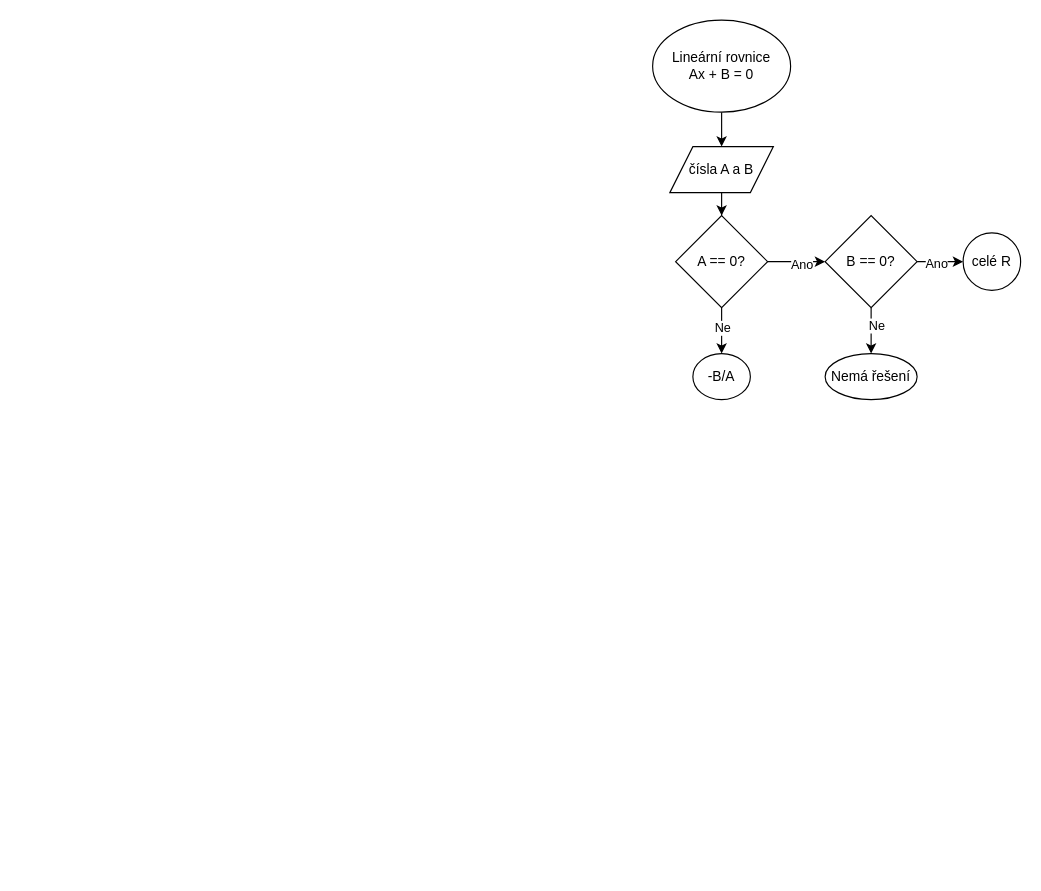
Earlier version of the draw.io diagram 2023_IT/Algoritmy_VD/linearni_a_kvadraticka_rce.drawio (JaroslavHolecek/SPS_for_students). Source tidied: cells renumbered, new cells numbered last; positions are measured from the earlier drawing's top-left corner, leaving out a move shared by most shapes. Both pictures are drawn from the tidied source at 115%, with x=0, y=0 at pixel (652, 20).
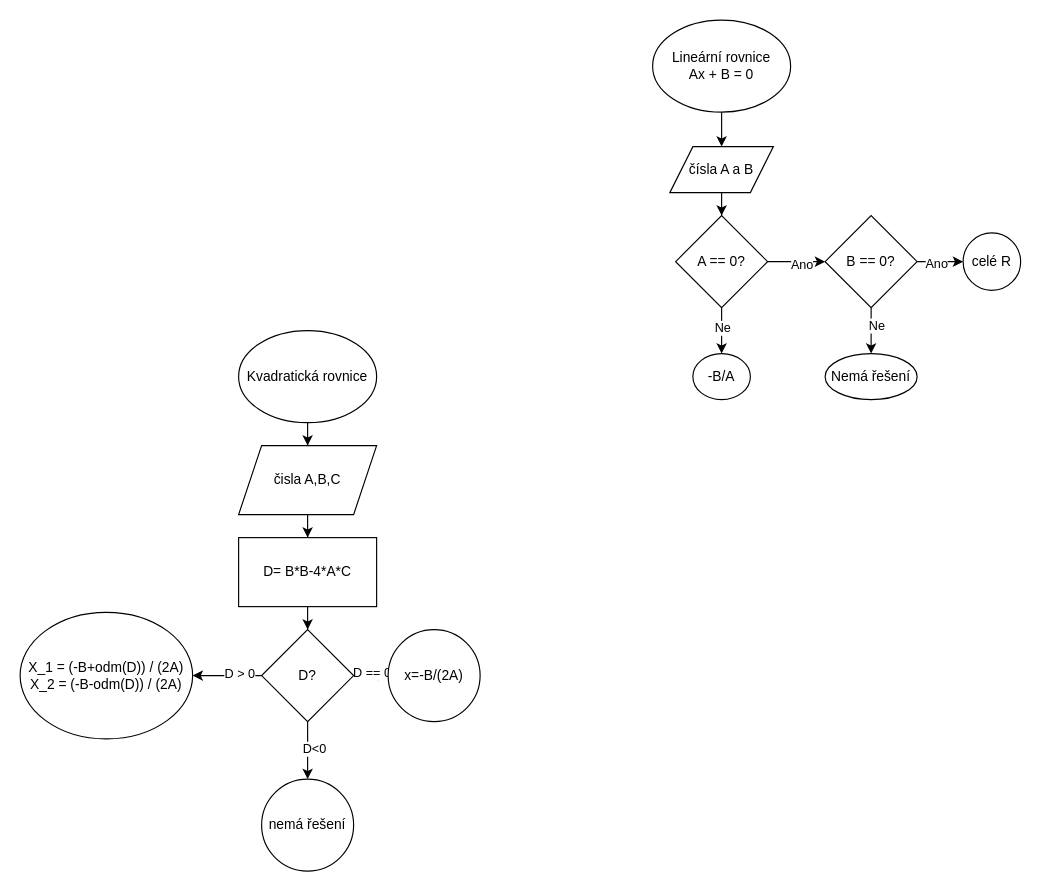
After the change.

Change to the diagram source:
```diff
@@
+    <mxCell id="19" style="edgeStyle=orthogonalEdgeStyle;rounded=0;jettySize=auto;html=1;" parent="1" edge="1" source="20" target="22">
+      <mxGeometry relative="1" as="geometry" />
+    </mxCell>
+    <mxCell id="20" value="Kvadratická rovnice&lt;br&gt;" style="ellipse;whiteSpace=wrap;html=1;" parent="1" vertex="1">
+      <mxGeometry x="-360" y="270" width="120" height="80" as="geometry" />
+    </mxCell>
+    <mxCell id="21" style="edgeStyle=orthogonalEdgeStyle;rounded=0;jettySize=auto;html=1;" parent="1" edge="1" source="22" target="24">
+      <mxGeometry relative="1" as="geometry" />
+    </mxCell>
+    <mxCell id="22" value="čisla A,B,C" style="shape=parallelogram;perimeter=parallelogramPerimeter;whiteSpace=wrap;html=1;fixedSize=1;" parent="1" vertex="1">
+      <mxGeometry x="-360" y="370" width="120" height="60" as="geometry" />
+    </mxCell>
+    <mxCell id="23" style="edgeStyle=orthogonalEdgeStyle;rounded=0;jettySize=auto;html=1;" parent="1" edge="1" source="24" target="31">
+      <mxGeometry relative="1" as="geometry" />
+    </mxCell>
+    <mxCell id="24" value="D= B*B-4*A*C" style="whiteSpace=wrap;html=1;" parent="1" vertex="1">
+      <mxGeometry x="-360" y="450" width="120" height="60" as="geometry" />
+    </mxCell>
+    <mxCell id="25" style="edgeStyle=orthogonalEdgeStyle;rounded=0;jettySize=auto;html=1;" parent="1" edge="1" source="31" target="32">
+      <mxGeometry relative="1" as="geometry" />
+    </mxCell>
+    <mxCell id="26" value="D&amp;lt;0" style="edgeLabel;html=1;align=center;verticalAlign=middle;" parent="25" vertex="1">
+      <mxGeometry x="-0.07" y="5" relative="1" as="geometry" />
+    </mxCell>
+    <mxCell id="27" style="edgeStyle=orthogonalEdgeStyle;rounded=0;jettySize=auto;html=1;" parent="1" edge="1" source="31" target="33">
+      <mxGeometry relative="1" as="geometry" />
+    </mxCell>
+    <mxCell id="28" value="D == 0" style="edgeLabel;html=1;align=center;verticalAlign=middle;" parent="27" vertex="1">
+      <mxGeometry x="-0.4" y="3" relative="1" as="geometry" />
+    </mxCell>
+    <mxCell id="29" style="edgeStyle=orthogonalEdgeStyle;rounded=0;jettySize=auto;html=1;" parent="1" edge="1" source="31" target="34">
+      <mxGeometry relative="1" as="geometry" />
+    </mxCell>
+    <mxCell id="30" value="D &amp;gt; 0" style="edgeLabel;html=1;align=center;verticalAlign=middle;" parent="29" vertex="1">
+      <mxGeometry x="-0.35" y="-2" relative="1" as="geometry" />
+    </mxCell>
+    <mxCell id="31" value="D?" style="rhombus;whiteSpace=wrap;html=1;" parent="1" vertex="1">
+      <mxGeometry x="-340" y="530" width="80" height="80" as="geometry" />
+    </mxCell>
+    <mxCell id="32" value="nemá řešení" style="ellipse;whiteSpace=wrap;html=1;" parent="1" vertex="1">
+      <mxGeometry x="-340" y="660" width="80" height="80" as="geometry" />
+    </mxCell>
+    <mxCell id="33" value="x=-B/(2A)" style="ellipse;whiteSpace=wrap;html=1;" parent="1" vertex="1">
+      <mxGeometry x="-230" y="530" width="80" height="80" as="geometry" />
+    </mxCell>
+    <mxCell id="34" value="X_1 = (-B+odm(D)) / (2A)&lt;br&gt;X_2 = (-B-odm(D)) / (2A)" style="ellipse;whiteSpace=wrap;html=1;" parent="1" vertex="1">
+      <mxGeometry x="-550" y="515" width="150" height="110" as="geometry" />
+    </mxCell>
```
